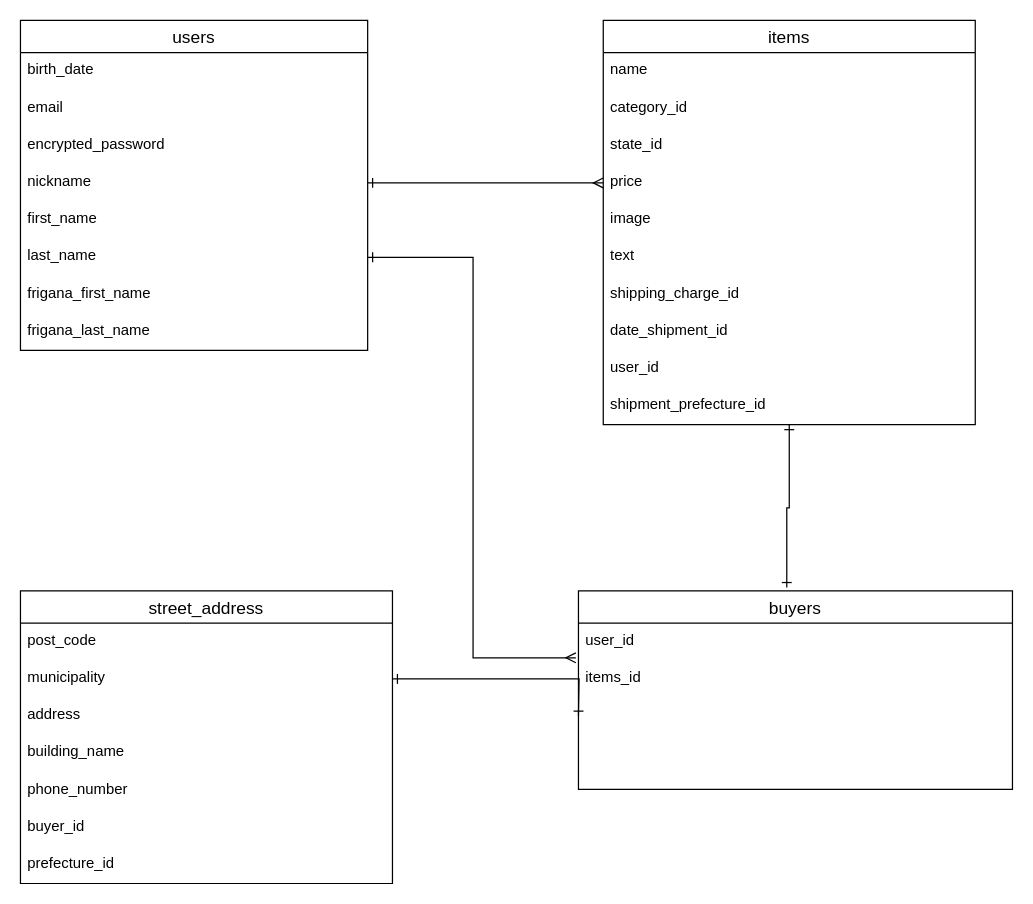
Earlier version of the draw.io diagram furima.dio (junkobayashi11/furima-33993). Source tidied: cells renumbered, new cells numbered last; positions are measured from the earlier drawing's top-left corner, leaving out a move shared by most shapes. Both pictures are drawn from the tidied source at 124%, with x=0, y=0 at pixel (20, 20).
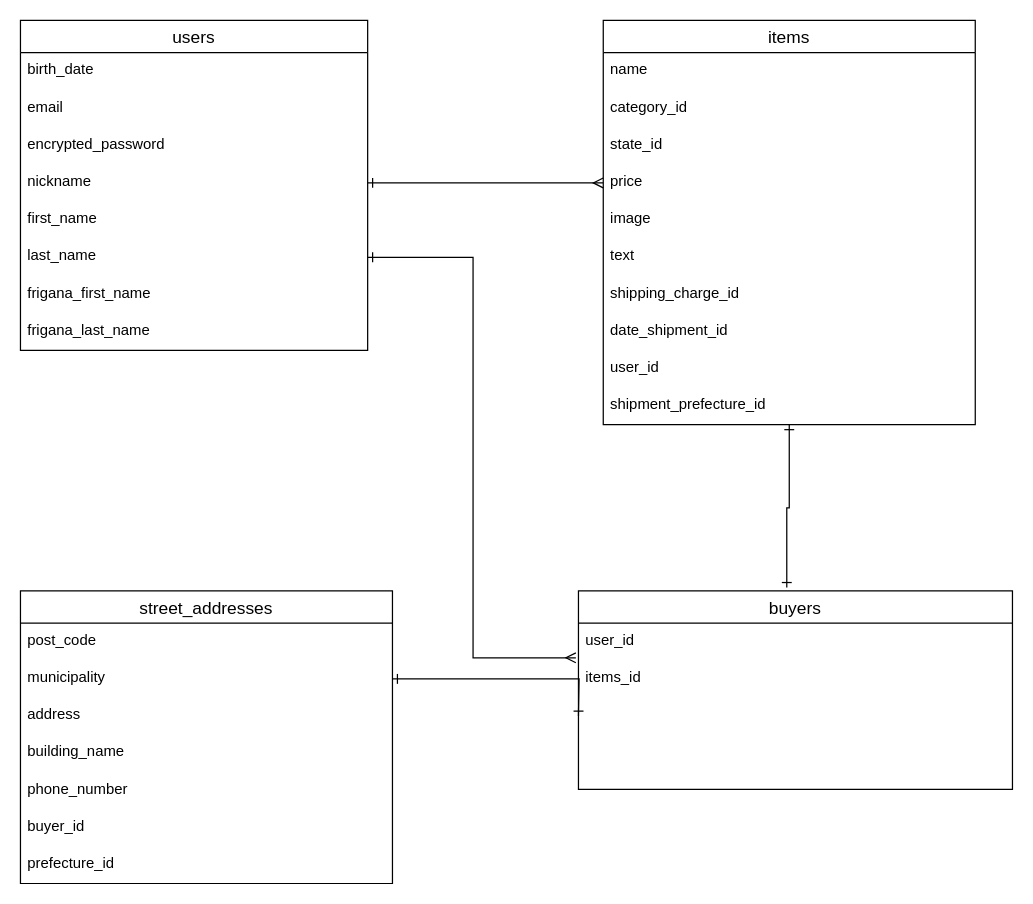
The same page after the edit.

Commit message (it also covers changes not shown here):
配送元住所の削除

The edit, as a diff of the source:
```diff
@@
-    <mxCell id="23" value="street_address" style="swimlane;fontStyle=0;horizontal=1;startSize=26;align=center;fontSize=14;" parent="1" vertex="1">
+    <mxCell id="23" value="street_addresses" style="swimlane;fontStyle=0;horizontal=1;startSize=26;align=center;fontSize=14;" parent="1" vertex="1">
       <mxGeometry y="460" width="300" height="236" as="geometry" />
     </mxCell>
```
